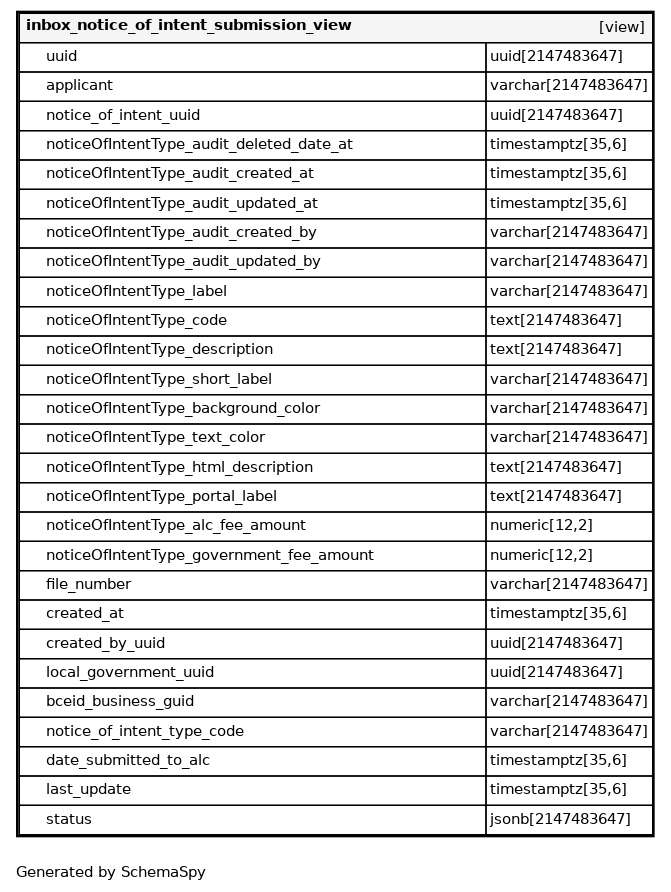
This is schemaspy/alcs/diagrams/tables/inbox_notice_of_intent_submission_view.1degree.png from bcgov/alcs, a Graphviz export, as it was before one commit. Its source is kept beside it as schemaspy/alcs/diagrams/tables/inbox_notice_of_intent_submission_view.1degree.dot.
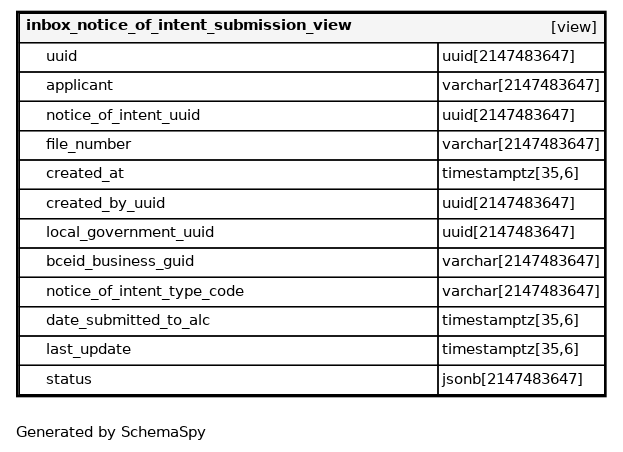
Later version of the same file.

The edit, as a diff of the source:
```diff
@@ -4,33 +4,18 @@
    label=<
     <TABLE BORDER="2" CELLBORDER="1" CELLSPACING="0" BGCOLOR="#ffffff">
       <TR><TD COLSPAN="4"  BGCOLOR="#f5f5f5"><TABLE BORDER="0" CELLSPACING="0"><TR><TD ALIGN="LEFT" FIXEDSIZE="TRUE" WIDTH="293" HEIGHT="16"><B>inbox_notice_of_intent_submission_view</B></TD><TD ALIGN="RIGHT">[view]</TD></TR></TABLE></TD></TR>
-      <TR><TD PORT="uuid" COLSPAN="2" ALIGN="LEFT"><TABLE BORDER="0" CELLSPACING="0" ALIGN="LEFT"><TR ALIGN="LEFT"><TD ALIGN="LEFT" FIXEDSIZE="TRUE" WIDTH="15" HEIGHT="16"></TD><TD ALIGN="LEFT" FIXEDSIZE="TRUE" WIDTH="329" HEIGHT="16">uuid</TD></TR></TABLE></TD><TD PORT="uuid.type" ALIGN="LEFT">uuid[2147483647]</TD></TR>
-      <TR><TD PORT="applicant" COLSPAN="2" ALIGN="LEFT"><TABLE BORDER="0" CELLSPACING="0" ALIGN="LEFT"><TR ALIGN="LEFT"><TD ALIGN="LEFT" FIXEDSIZE="TRUE" WIDTH="15" HEIGHT="16"></TD><TD ALIGN="LEFT" FIXEDSIZE="TRUE" WIDTH="329" HEIGHT="16">applicant</TD></TR></TABLE></TD><TD PORT="applicant.type" ALIGN="LEFT">varchar[2147483647]</TD></TR>
-      <TR><TD PORT="notice_of_intent_uuid" COLSPAN="2" ALIGN="LEFT"><TABLE BORDER="0" CELLSPACING="0" ALIGN="LEFT"><TR ALIGN="LEFT"><TD ALIGN="LEFT" FIXEDSIZE="TRUE" WIDTH="15" HEIGHT="16"></TD><TD ALIGN="LEFT" FIXEDSIZE="TRUE" WIDTH="329" HEIGHT="16">notice_of_intent_uuid</TD></TR></TABLE></TD><TD PORT="notice_of_intent_uuid.type" ALIGN="LEFT">uuid[2147483647]</TD></TR>
-      <TR><TD PORT="noticeOfIntentType_audit_deleted_date_at" COLSPAN="2" ALIGN="LEFT"><TABLE BORDER="0" CELLSPACING="0" ALIGN="LEFT"><TR ALIGN="LEFT"><TD ALIGN="LEFT" FIXEDSIZE="TRUE" WIDTH="15" HEIGHT="16"></TD><TD ALIGN="LEFT" FIXEDSIZE="TRUE" WIDTH="329" HEIGHT="16">noticeOfIntentType_audit_deleted_date_at</TD></TR></TABLE></TD><TD PORT="noticeOfIntentType_audit_deleted_date_at.type" ALIGN="LEFT">timestamptz[35,6]</TD></TR>
-      <TR><TD PORT="noticeOfIntentType_audit_created_at" COLSPAN="2" ALIGN="LEFT"><TABLE BORDER="0" CELLSPACING="0" ALIGN="LEFT"><TR ALIGN="LEFT"><TD ALIGN="LEFT" FIXEDSIZE="TRUE" WIDTH="15" HEIGHT="16"></TD><TD ALIGN="LEFT" FIXEDSIZE="TRUE" WIDTH="329" HEIGHT="16">noticeOfIntentType_audit_created_at</TD></TR></TABLE></TD><TD PORT="noticeOfIntentType_audit_created_at.type" ALIGN="LEFT">timestamptz[35,6]</TD></TR>
-      <TR><TD PORT="noticeOfIntentType_audit_updated_at" COLSPAN="2" ALIGN="LEFT"><TABLE BORDER="0" CELLSPACING="0" ALIGN="LEFT"><TR ALIGN="LEFT"><TD ALIGN="LEFT" FIXEDSIZE="TRUE" WIDTH="15" HEIGHT="16"></TD><TD ALIGN="LEFT" FIXEDSIZE="TRUE" WIDTH="329" HEIGHT="16">noticeOfIntentType_audit_updated_at</TD></TR></TABLE></TD><TD PORT="noticeOfIntentType_audit_updated_at.type" ALIGN="LEFT">timestamptz[35,6]</TD></TR>
-      <TR><TD PORT="noticeOfIntentType_audit_created_by" COLSPAN="2" ALIGN="LEFT"><TABLE BORDER="0" CELLSPACING="0" ALIGN="LEFT"><TR ALIGN="LEFT"><TD ALIGN="LEFT" FIXEDSIZE="TRUE" WIDTH="15" HEIGHT="16"></TD><TD ALIGN="LEFT" FIXEDSIZE="TRUE" WIDTH="329" HEIGHT="16">noticeOfIntentType_audit_created_by</TD></TR></TABLE></TD><TD PORT="noticeOfIntentType_audit_created_by.type" ALIGN="LEFT">varchar[2147483647]</TD></TR>
-      <TR><TD PORT="noticeOfIntentType_audit_updated_by" COLSPAN="2" ALIGN="LEFT"><TABLE BORDER="0" CELLSPACING="0" ALIGN="LEFT"><TR ALIGN="LEFT"><TD ALIGN="LEFT" FIXEDSIZE="TRUE" WIDTH="15" HEIGHT="16"></TD><TD ALIGN="LEFT" FIXEDSIZE="TRUE" WIDTH="329" HEIGHT="16">noticeOfIntentType_audit_updated_by</TD></TR></TABLE></TD><TD PORT="noticeOfIntentType_audit_updated_by.type" ALIGN="LEFT">varchar[2147483647]</TD></TR>
-      <TR><TD PORT="noticeOfIntentType_label" COLSPAN="2" ALIGN="LEFT"><TABLE BORDER="0" CELLSPACING="0" ALIGN="LEFT"><TR ALIGN="LEFT"><TD ALIGN="LEFT" FIXEDSIZE="TRUE" WIDTH="15" HEIGHT="16"></TD><TD ALIGN="LEFT" FIXEDSIZE="TRUE" WIDTH="329" HEIGHT="16">noticeOfIntentType_label</TD></TR></TABLE></TD><TD PORT="noticeOfIntentType_label.type" ALIGN="LEFT">varchar[2147483647]</TD></TR>
-      <TR><TD PORT="noticeOfIntentType_code" COLSPAN="2" ALIGN="LEFT"><TABLE BORDER="0" CELLSPACING="0" ALIGN="LEFT"><TR ALIGN="LEFT"><TD ALIGN="LEFT" FIXEDSIZE="TRUE" WIDTH="15" HEIGHT="16"></TD><TD ALIGN="LEFT" FIXEDSIZE="TRUE" WIDTH="329" HEIGHT="16">noticeOfIntentType_code</TD></TR></TABLE></TD><TD PORT="noticeOfIntentType_code.type" ALIGN="LEFT">text[2147483647]</TD></TR>
-      <TR><TD PORT="noticeOfIntentType_description" COLSPAN="2" ALIGN="LEFT"><TABLE BORDER="0" CELLSPACING="0" ALIGN="LEFT"><TR ALIGN="LEFT"><TD ALIGN="LEFT" FIXEDSIZE="TRUE" WIDTH="15" HEIGHT="16"></TD><TD ALIGN="LEFT" FIXEDSIZE="TRUE" WIDTH="329" HEIGHT="16">noticeOfIntentType_description</TD></TR></TABLE></TD><TD PORT="noticeOfIntentType_description.type" ALIGN="LEFT">text[2147483647]</TD></TR>
-      <TR><TD PORT="noticeOfIntentType_short_label" COLSPAN="2" ALIGN="LEFT"><TABLE BORDER="0" CELLSPACING="0" ALIGN="LEFT"><TR ALIGN="LEFT"><TD ALIGN="LEFT" FIXEDSIZE="TRUE" WIDTH="15" HEIGHT="16"></TD><TD ALIGN="LEFT" FIXEDSIZE="TRUE" WIDTH="329" HEIGHT="16">noticeOfIntentType_short_label</TD></TR></TABLE></TD><TD PORT="noticeOfIntentType_short_label.type" ALIGN="LEFT">varchar[2147483647]</TD></TR>
-      <TR><TD PORT="noticeOfIntentType_background_color" COLSPAN="2" ALIGN="LEFT"><TABLE BORDER="0" CELLSPACING="0" ALIGN="LEFT"><TR ALIGN="LEFT"><TD ALIGN="LEFT" FIXEDSIZE="TRUE" WIDTH="15" HEIGHT="16"></TD><TD ALIGN="LEFT" FIXEDSIZE="TRUE" WIDTH="329" HEIGHT="16">noticeOfIntentType_background_color</TD></TR></TABLE></TD><TD PORT="noticeOfIntentType_background_color.type" ALIGN="LEFT">varchar[2147483647]</TD></TR>
-      <TR><TD PORT="noticeOfIntentType_text_color" COLSPAN="2" ALIGN="LEFT"><TABLE BORDER="0" CELLSPACING="0" ALIGN="LEFT"><TR ALIGN="LEFT"><TD ALIGN="LEFT" FIXEDSIZE="TRUE" WIDTH="15" HEIGHT="16"></TD><TD ALIGN="LEFT" FIXEDSIZE="TRUE" WIDTH="329" HEIGHT="16">noticeOfIntentType_text_color</TD></TR></TABLE></TD><TD PORT="noticeOfIntentType_text_color.type" ALIGN="LEFT">varchar[2147483647]</TD></TR>
-      <TR><TD PORT="noticeOfIntentType_html_description" COLSPAN="2" ALIGN="LEFT"><TABLE BORDER="0" CELLSPACING="0" ALIGN="LEFT"><TR ALIGN="LEFT"><TD ALIGN="LEFT" FIXEDSIZE="TRUE" WIDTH="15" HEIGHT="16"></TD><TD ALIGN="LEFT" FIXEDSIZE="TRUE" WIDTH="329" HEIGHT="16">noticeOfIntentType_html_description</TD></TR></TABLE></TD><TD PORT="noticeOfIntentType_html_description.type" ALIGN="LEFT">text[2147483647]</TD></TR>
-      <TR><TD PORT="noticeOfIntentType_portal_label" COLSPAN="2" ALIGN="LEFT"><TABLE BORDER="0" CELLSPACING="0" ALIGN="LEFT"><TR ALIGN="LEFT"><TD ALIGN="LEFT" FIXEDSIZE="TRUE" WIDTH="15" HEIGHT="16"></TD><TD ALIGN="LEFT" FIXEDSIZE="TRUE" WIDTH="329" HEIGHT="16">noticeOfIntentType_portal_label</TD></TR></TABLE></TD><TD PORT="noticeOfIntentType_portal_label.type" ALIGN="LEFT">text[2147483647]</TD></TR>
-      <TR><TD PORT="noticeOfIntentType_alc_fee_amount" COLSPAN="2" ALIGN="LEFT"><TABLE BORDER="0" CELLSPACING="0" ALIGN="LEFT"><TR ALIGN="LEFT"><TD ALIGN="LEFT" FIXEDSIZE="TRUE" WIDTH="15" HEIGHT="16"></TD><TD ALIGN="LEFT" FIXEDSIZE="TRUE" WIDTH="329" HEIGHT="16">noticeOfIntentType_alc_fee_amount</TD></TR></TABLE></TD><TD PORT="noticeOfIntentType_alc_fee_amount.type" ALIGN="LEFT">numeric[12,2]</TD></TR>
-      <TR><TD PORT="noticeOfIntentType_government_fee_amount" COLSPAN="2" ALIGN="LEFT"><TABLE BORDER="0" CELLSPACING="0" ALIGN="LEFT"><TR ALIGN="LEFT"><TD ALIGN="LEFT" FIXEDSIZE="TRUE" WIDTH="15" HEIGHT="16"></TD><TD ALIGN="LEFT" FIXEDSIZE="TRUE" WIDTH="329" HEIGHT="16">noticeOfIntentType_government_fee_amount</TD></TR></TABLE></TD><TD PORT="noticeOfIntentType_government_fee_amount.type" ALIGN="LEFT">numeric[12,2]</TD></TR>
-      <TR><TD PORT="file_number" COLSPAN="2" ALIGN="LEFT"><TABLE BORDER="0" CELLSPACING="0" ALIGN="LEFT"><TR ALIGN="LEFT"><TD ALIGN="LEFT" FIXEDSIZE="TRUE" WIDTH="15" HEIGHT="16"></TD><TD ALIGN="LEFT" FIXEDSIZE="TRUE" WIDTH="329" HEIGHT="16">file_number</TD></TR></TABLE></TD><TD PORT="file_number.type" ALIGN="LEFT">varchar[2147483647]</TD></TR>
-      <TR><TD PORT="created_at" COLSPAN="2" ALIGN="LEFT"><TABLE BORDER="0" CELLSPACING="0" ALIGN="LEFT"><TR ALIGN="LEFT"><TD ALIGN="LEFT" FIXEDSIZE="TRUE" WIDTH="15" HEIGHT="16"></TD><TD ALIGN="LEFT" FIXEDSIZE="TRUE" WIDTH="329" HEIGHT="16">created_at</TD></TR></TABLE></TD><TD PORT="created_at.type" ALIGN="LEFT">timestamptz[35,6]</TD></TR>
-      <TR><TD PORT="created_by_uuid" COLSPAN="2" ALIGN="LEFT"><TABLE BORDER="0" CELLSPACING="0" ALIGN="LEFT"><TR ALIGN="LEFT"><TD ALIGN="LEFT" FIXEDSIZE="TRUE" WIDTH="15" HEIGHT="16"></TD><TD ALIGN="LEFT" FIXEDSIZE="TRUE" WIDTH="329" HEIGHT="16">created_by_uuid</TD></TR></TABLE></TD><TD PORT="created_by_uuid.type" ALIGN="LEFT">uuid[2147483647]</TD></TR>
-      <TR><TD PORT="local_government_uuid" COLSPAN="2" ALIGN="LEFT"><TABLE BORDER="0" CELLSPACING="0" ALIGN="LEFT"><TR ALIGN="LEFT"><TD ALIGN="LEFT" FIXEDSIZE="TRUE" WIDTH="15" HEIGHT="16"></TD><TD ALIGN="LEFT" FIXEDSIZE="TRUE" WIDTH="329" HEIGHT="16">local_government_uuid</TD></TR></TABLE></TD><TD PORT="local_government_uuid.type" ALIGN="LEFT">uuid[2147483647]</TD></TR>
-      <TR><TD PORT="bceid_business_guid" COLSPAN="2" ALIGN="LEFT"><TABLE BORDER="0" CELLSPACING="0" ALIGN="LEFT"><TR ALIGN="LEFT"><TD ALIGN="LEFT" FIXEDSIZE="TRUE" WIDTH="15" HEIGHT="16"></TD><TD ALIGN="LEFT" FIXEDSIZE="TRUE" WIDTH="329" HEIGHT="16">bceid_business_guid</TD></TR></TABLE></TD><TD PORT="bceid_business_guid.type" ALIGN="LEFT">varchar[2147483647]</TD></TR>
-      <TR><TD PORT="notice_of_intent_type_code" COLSPAN="2" ALIGN="LEFT"><TABLE BORDER="0" CELLSPACING="0" ALIGN="LEFT"><TR ALIGN="LEFT"><TD ALIGN="LEFT" FIXEDSIZE="TRUE" WIDTH="15" HEIGHT="16"></TD><TD ALIGN="LEFT" FIXEDSIZE="TRUE" WIDTH="329" HEIGHT="16">notice_of_intent_type_code</TD></TR></TABLE></TD><TD PORT="notice_of_intent_type_code.type" ALIGN="LEFT">varchar[2147483647]</TD></TR>
-      <TR><TD PORT="date_submitted_to_alc" COLSPAN="2" ALIGN="LEFT"><TABLE BORDER="0" CELLSPACING="0" ALIGN="LEFT"><TR ALIGN="LEFT"><TD ALIGN="LEFT" FIXEDSIZE="TRUE" WIDTH="15" HEIGHT="16"></TD><TD ALIGN="LEFT" FIXEDSIZE="TRUE" WIDTH="329" HEIGHT="16">date_submitted_to_alc</TD></TR></TABLE></TD><TD PORT="date_submitted_to_alc.type" ALIGN="LEFT">timestamptz[35,6]</TD></TR>
-      <TR><TD PORT="last_update" COLSPAN="2" ALIGN="LEFT"><TABLE BORDER="0" CELLSPACING="0" ALIGN="LEFT"><TR ALIGN="LEFT"><TD ALIGN="LEFT" FIXEDSIZE="TRUE" WIDTH="15" HEIGHT="16"></TD><TD ALIGN="LEFT" FIXEDSIZE="TRUE" WIDTH="329" HEIGHT="16">last_update</TD></TR></TABLE></TD><TD PORT="last_update.type" ALIGN="LEFT">timestamptz[35,6]</TD></TR>
-      <TR><TD PORT="status" COLSPAN="2" ALIGN="LEFT"><TABLE BORDER="0" CELLSPACING="0" ALIGN="LEFT"><TR ALIGN="LEFT"><TD ALIGN="LEFT" FIXEDSIZE="TRUE" WIDTH="15" HEIGHT="16"></TD><TD ALIGN="LEFT" FIXEDSIZE="TRUE" WIDTH="329" HEIGHT="16">status</TD></TR></TABLE></TD><TD PORT="status.type" ALIGN="LEFT">jsonb[2147483647]</TD></TR>
+      <TR><TD PORT="uuid" COLSPAN="2" ALIGN="LEFT"><TABLE BORDER="0" CELLSPACING="0" ALIGN="LEFT"><TR ALIGN="LEFT"><TD ALIGN="LEFT" FIXEDSIZE="TRUE" WIDTH="15" HEIGHT="16"></TD><TD ALIGN="LEFT" FIXEDSIZE="TRUE" WIDTH="293" HEIGHT="16">uuid</TD></TR></TABLE></TD><TD PORT="uuid.type" ALIGN="LEFT">uuid[2147483647]</TD></TR>
+      <TR><TD PORT="applicant" COLSPAN="2" ALIGN="LEFT"><TABLE BORDER="0" CELLSPACING="0" ALIGN="LEFT"><TR ALIGN="LEFT"><TD ALIGN="LEFT" FIXEDSIZE="TRUE" WIDTH="15" HEIGHT="16"></TD><TD ALIGN="LEFT" FIXEDSIZE="TRUE" WIDTH="293" HEIGHT="16">applicant</TD></TR></TABLE></TD><TD PORT="applicant.type" ALIGN="LEFT">varchar[2147483647]</TD></TR>
+      <TR><TD PORT="notice_of_intent_uuid" COLSPAN="2" ALIGN="LEFT"><TABLE BORDER="0" CELLSPACING="0" ALIGN="LEFT"><TR ALIGN="LEFT"><TD ALIGN="LEFT" FIXEDSIZE="TRUE" WIDTH="15" HEIGHT="16"></TD><TD ALIGN="LEFT" FIXEDSIZE="TRUE" WIDTH="293" HEIGHT="16">notice_of_intent_uuid</TD></TR></TABLE></TD><TD PORT="notice_of_intent_uuid.type" ALIGN="LEFT">uuid[2147483647]</TD></TR>
+      <TR><TD PORT="file_number" COLSPAN="2" ALIGN="LEFT"><TABLE BORDER="0" CELLSPACING="0" ALIGN="LEFT"><TR ALIGN="LEFT"><TD ALIGN="LEFT" FIXEDSIZE="TRUE" WIDTH="15" HEIGHT="16"></TD><TD ALIGN="LEFT" FIXEDSIZE="TRUE" WIDTH="293" HEIGHT="16">file_number</TD></TR></TABLE></TD><TD PORT="file_number.type" ALIGN="LEFT">varchar[2147483647]</TD></TR>
+      <TR><TD PORT="created_at" COLSPAN="2" ALIGN="LEFT"><TABLE BORDER="0" CELLSPACING="0" ALIGN="LEFT"><TR ALIGN="LEFT"><TD ALIGN="LEFT" FIXEDSIZE="TRUE" WIDTH="15" HEIGHT="16"></TD><TD ALIGN="LEFT" FIXEDSIZE="TRUE" WIDTH="293" HEIGHT="16">created_at</TD></TR></TABLE></TD><TD PORT="created_at.type" ALIGN="LEFT">timestamptz[35,6]</TD></TR>
+      <TR><TD PORT="created_by_uuid" COLSPAN="2" ALIGN="LEFT"><TABLE BORDER="0" CELLSPACING="0" ALIGN="LEFT"><TR ALIGN="LEFT"><TD ALIGN="LEFT" FIXEDSIZE="TRUE" WIDTH="15" HEIGHT="16"></TD><TD ALIGN="LEFT" FIXEDSIZE="TRUE" WIDTH="293" HEIGHT="16">created_by_uuid</TD></TR></TABLE></TD><TD PORT="created_by_uuid.type" ALIGN="LEFT">uuid[2147483647]</TD></TR>
+      <TR><TD PORT="local_government_uuid" COLSPAN="2" ALIGN="LEFT"><TABLE BORDER="0" CELLSPACING="0" ALIGN="LEFT"><TR ALIGN="LEFT"><TD ALIGN="LEFT" FIXEDSIZE="TRUE" WIDTH="15" HEIGHT="16"></TD><TD ALIGN="LEFT" FIXEDSIZE="TRUE" WIDTH="293" HEIGHT="16">local_government_uuid</TD></TR></TABLE></TD><TD PORT="local_government_uuid.type" ALIGN="LEFT">uuid[2147483647]</TD></TR>
+      <TR><TD PORT="bceid_business_guid" COLSPAN="2" ALIGN="LEFT"><TABLE BORDER="0" CELLSPACING="0" ALIGN="LEFT"><TR ALIGN="LEFT"><TD ALIGN="LEFT" FIXEDSIZE="TRUE" WIDTH="15" HEIGHT="16"></TD><TD ALIGN="LEFT" FIXEDSIZE="TRUE" WIDTH="293" HEIGHT="16">bceid_business_guid</TD></TR></TABLE></TD><TD PORT="bceid_business_guid.type" ALIGN="LEFT">varchar[2147483647]</TD></TR>
+      <TR><TD PORT="notice_of_intent_type_code" COLSPAN="2" ALIGN="LEFT"><TABLE BORDER="0" CELLSPACING="0" ALIGN="LEFT"><TR ALIGN="LEFT"><TD ALIGN="LEFT" FIXEDSIZE="TRUE" WIDTH="15" HEIGHT="16"></TD><TD ALIGN="LEFT" FIXEDSIZE="TRUE" WIDTH="293" HEIGHT="16">notice_of_intent_type_code</TD></TR></TABLE></TD><TD PORT="notice_of_intent_type_code.type" ALIGN="LEFT">varchar[2147483647]</TD></TR>
+      <TR><TD PORT="date_submitted_to_alc" COLSPAN="2" ALIGN="LEFT"><TABLE BORDER="0" CELLSPACING="0" ALIGN="LEFT"><TR ALIGN="LEFT"><TD ALIGN="LEFT" FIXEDSIZE="TRUE" WIDTH="15" HEIGHT="16"></TD><TD ALIGN="LEFT" FIXEDSIZE="TRUE" WIDTH="293" HEIGHT="16">date_submitted_to_alc</TD></TR></TABLE></TD><TD PORT="date_submitted_to_alc.type" ALIGN="LEFT">timestamptz[35,6]</TD></TR>
+      <TR><TD PORT="last_update" COLSPAN="2" ALIGN="LEFT"><TABLE BORDER="0" CELLSPACING="0" ALIGN="LEFT"><TR ALIGN="LEFT"><TD ALIGN="LEFT" FIXEDSIZE="TRUE" WIDTH="15" HEIGHT="16"></TD><TD ALIGN="LEFT" FIXEDSIZE="TRUE" WIDTH="293" HEIGHT="16">last_update</TD></TR></TABLE></TD><TD PORT="last_update.type" ALIGN="LEFT">timestamptz[35,6]</TD></TR>
+      <TR><TD PORT="status" COLSPAN="2" ALIGN="LEFT"><TABLE BORDER="0" CELLSPACING="0" ALIGN="LEFT"><TR ALIGN="LEFT"><TD ALIGN="LEFT" FIXEDSIZE="TRUE" WIDTH="15" HEIGHT="16"></TD><TD ALIGN="LEFT" FIXEDSIZE="TRUE" WIDTH="293" HEIGHT="16">status</TD></TR></TABLE></TD><TD PORT="status.type" ALIGN="LEFT">jsonb[2147483647]</TD></TR>
     </TABLE>>
     URL="inbox_notice_of_intent_submission_view.html"
     target="_top"
```
